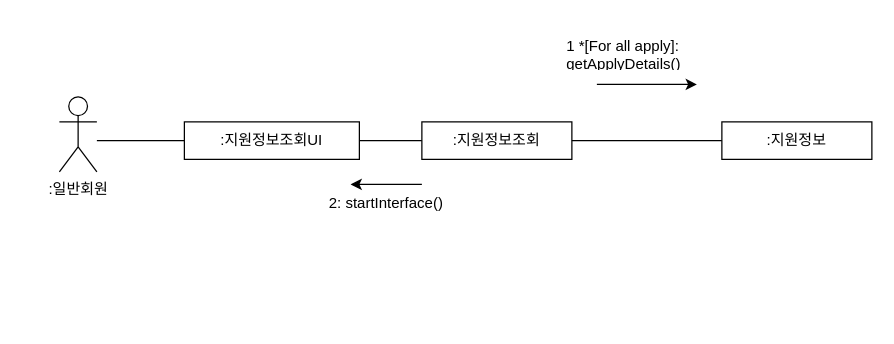
Above: B811190_진선명/지원정보조회.drawio in FinancialWorld16/SE_TEAM (draw.io), before the change. Source tidied: cells renumbered, new cells numbered last; positions are measured from the earlier drawing's top-left corner, leaving out a move shared by most shapes. Both pictures are drawn from the tidied source at 125%, with x=0, y=0 at pixel (59, 34).
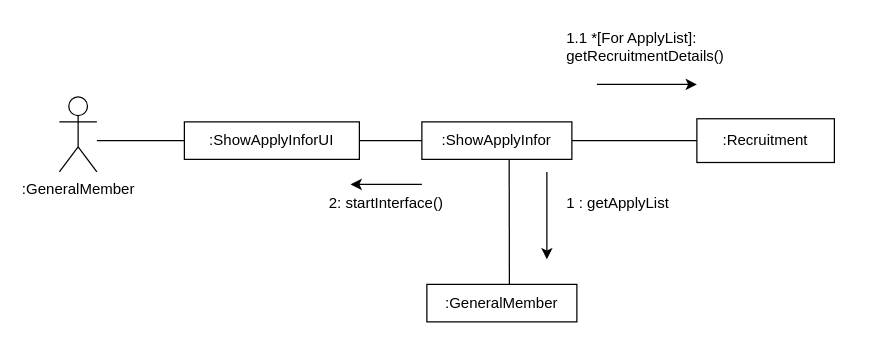
After the change.

The edit, as a diff of the source:
```diff
@@
-    <mxCell id="2" value=":일반회원" style="shape=umlActor;verticalLabelPosition=bottom;verticalAlign=top;html=1;" parent="1" vertex="1">
+    <mxCell id="2" value=":GeneralMember" style="shape=umlActor;verticalLabelPosition=bottom;verticalAlign=top;html=1;" parent="1" vertex="1">
       <mxGeometry y="50" width="30" height="60" as="geometry" />
     </mxCell>
-    <mxCell id="3" value=":지원정보조회UI" style="rounded=0;whiteSpace=wrap;html=1;" parent="1" vertex="1">
+    <mxCell id="3" value=":ShowApplyInforUI" style="rounded=0;whiteSpace=wrap;html=1;" parent="1" vertex="1">
       <mxGeometry x="100" y="70" width="140" height="30" as="geometry" />
     </mxCell>
-    <mxCell id="4" value=":지원정보조회" style="rounded=0;whiteSpace=wrap;html=1;" parent="1" vertex="1">
+    <mxCell id="4" value=":ShowApplyInfor" style="rounded=0;whiteSpace=wrap;html=1;" parent="1" vertex="1">
       <mxGeometry x="290" y="70" width="120" height="30" as="geometry" />
     </mxCell>
@@
-    <mxCell id="9" value=":지원정보" style="rounded=0;whiteSpace=wrap;html=1;" parent="1" vertex="1">
-      <mxGeometry x="530" y="70" width="120" height="30" as="geometry" />
+    <mxCell id="9" value=":GeneralMember" style="rounded=0;whiteSpace=wrap;html=1;" parent="1" vertex="1">
+      <mxGeometry x="294" y="200" width="120" height="30" as="geometry" />
     </mxCell>
-    <mxCell id="10" value="1 *[For all apply]: getApplyDetails()" style="text;strokeColor=none;fillColor=none;align=left;verticalAlign=middle;spacingLeft=4;spacingRight=4;overflow=hidden;whiteSpace=wrap;html=1;" parent="1" vertex="1">
-      <mxGeometry x="400" width="170" height="30" as="geometry" />
+    <mxCell id="10" value="1.1 *[For ApplyList]: getRecruitmentDetails()" style="text;strokeColor=none;fillColor=none;align=left;verticalAlign=middle;spacingLeft=4;spacingRight=4;overflow=hidden;whiteSpace=wrap;html=1;" parent="1" vertex="1">
+      <mxGeometry x="400" y="-10" width="170" height="40" as="geometry" />
     </mxCell>
-    <mxCell id="11" style="endArrow=none;html=1;rounded=0;entryX=0;entryY=0.5;entryDx=0;entryDy=0;exitX=1;exitY=0.5;exitDx=0;exitDy=0;" parent="1" edge="1" source="4" target="9">
-      <mxGeometry relative="1" as="geometry" />
+    <mxCell id="11" style="endArrow=none;html=1;rounded=0;exitX=0.582;exitY=1.007;exitDx=0;exitDy=0;exitPerimeter=0;" parent="1" edge="1" source="4">
+      <mxGeometry relative="1" as="geometry">
+        <mxPoint x="360" y="200" as="targetPoint" />
+      </mxGeometry>
     </mxCell>
@@
+    <mxCell id="13" style="endArrow=classic;html=1;rounded=0;" parent="1" edge="1">
+      <mxGeometry relative="1" as="geometry">
+        <mxPoint x="390" y="110" as="sourcePoint" />
+        <mxPoint x="390" y="180" as="targetPoint" />
+      </mxGeometry>
+    </mxCell>
+    <mxCell id="14" value="1 : getApplyList" style="text;strokeColor=none;fillColor=none;align=left;verticalAlign=middle;spacingLeft=4;spacingRight=4;overflow=hidden;whiteSpace=wrap;html=1;" parent="1" vertex="1">
+      <mxGeometry x="400" y="120" width="100" height="30" as="geometry" />
+    </mxCell>
+    <mxCell id="15" value=":Recruitment" style="rounded=0;whiteSpace=wrap;html=1;" parent="1" vertex="1">
+      <mxGeometry x="510" y="67.5" width="110" height="35" as="geometry" />
+    </mxCell>
+    <mxCell id="16" style="endArrow=none;html=1;rounded=0;entryX=0;entryY=0.5;entryDx=0;entryDy=0;exitX=1;exitY=0.5;exitDx=0;exitDy=0;" parent="1" edge="1" source="4" target="15">
+      <mxGeometry relative="1" as="geometry" />
+    </mxCell>
```
